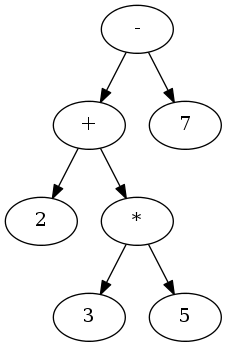
praartr/8270 keeps this Graphviz diagram as Project3/astCalc/graph.png. Above is the earlier version. Its source is kept beside it as Project3/astCalc/graph.gv.
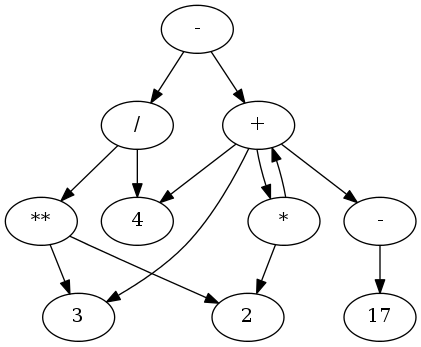
Later version of the same file.

What changed in the source:
```diff
@@ -2,10 +2,21 @@
    sym_minus [label=" - "]
    sym_minus->sym_plus
    sym_plus  [label=" + "]
-   sym_plus->2
+   sym_plus->sym_uminus
+   sym_uminus[label=" - "]
+   sym_uminus->17
       sym_plus->sym_mult
    sym_mult  [label=" * "]
-   sym_mult->3
-      sym_mult->5
-      sym_minus->7
+   sym_mult->2
+      sym_mult->sym_plus
+   sym_plus  [label=" + "]
+   sym_plus->3
+      sym_plus->4
+      sym_minus->sym_div
+   sym_div   [label=" / "]
+   sym_div->sym_exp
+   sym_exp   [label=" ** "]
+   sym_exp->2
+      sym_exp->3
+      sym_div->4
 }
```
